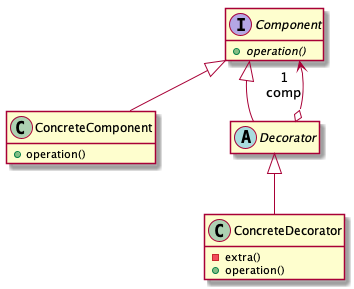
This is structure/decorator/uml/decorator_cd.png from ace-lectures/pattern-repository, a PlantUML export, as it was before one commit. The source it was exported from:
```plantuml
@startuml

skinparam nodesep 75
skinparam ranksep 50
hide empty members

interface Component {
  + {abstract} operation()
}

class ConcreteComponent {
  + operation()
}

abstract class Decorator

Component <|-- ConcreteComponent
Component <|-- Decorator
Decorator o--> "1\ncomp" Component

class ConcreteDecorator {
  - extra()
  + operation()
}
Decorator <|-- ConcreteDecorator



@enduml
```
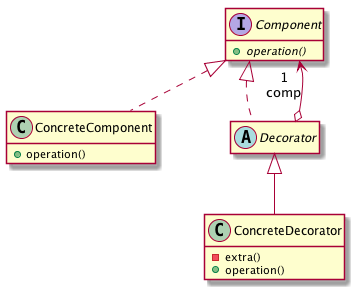
Later version of the same file.

What changed in the source:
```diff
@@ -14,8 +14,8 @@
 
 abstract class Decorator
 
-Component <|-- ConcreteComponent
-Component <|-- Decorator
+Component <|.. ConcreteComponent
+Component <|.. Decorator
 Decorator o--> "1\ncomp" Component
 
 class ConcreteDecorator {
```
